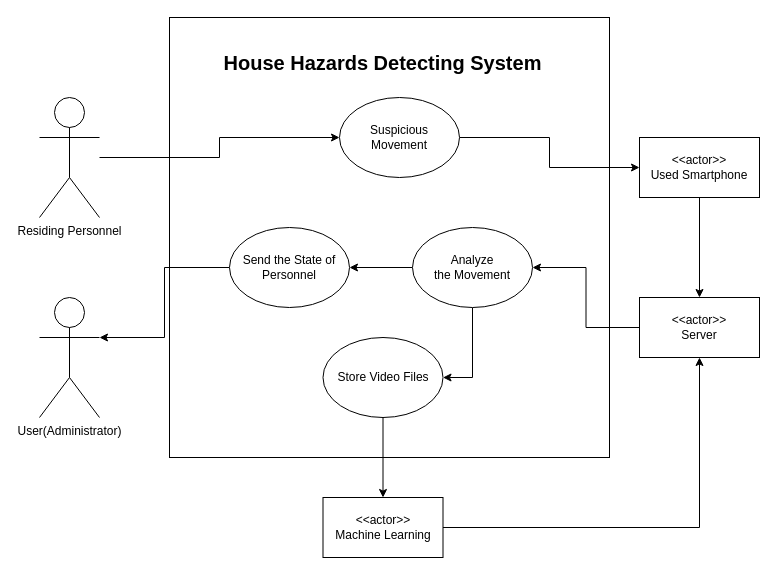
sogongteam14/doc keeps this draw.io diagram as Sogongteam14_Use_Case_Diagram.drawio. Above is the earlier version. Source tidied: cells renumbered, new cells numbered last; positions are measured from the earlier drawing's top-left corner, leaving out a move shared by most shapes. Both pictures are drawn from the tidied source at 100%, with x=0, y=0 at pixel (39, 17).
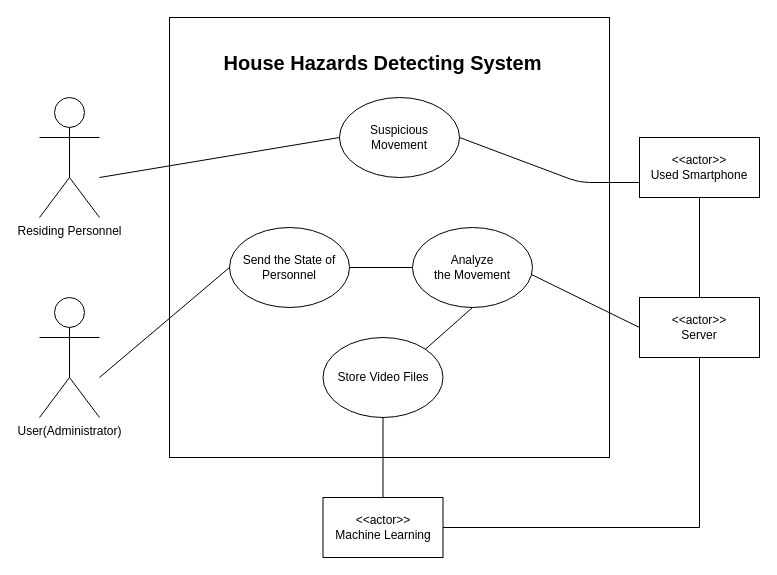
Above is the later version.

Unchanged cells that the change refers to:
```xml
<mxCell id="3" value="User(Administrator)" style="shape=umlActor;verticalLabelPosition=bottom;labelBackgroundColor=#ffffff;verticalAlign=top;html=1;outlineConnect=0;" parent="1" vertex="1">
  <mxGeometry y="280" width="60" height="120" as="geometry" />
</mxCell>
<mxCell id="5" value="Residing Personnel" style="shape=umlActor;verticalLabelPosition=bottom;labelBackgroundColor=#ffffff;verticalAlign=top;html=1;outlineConnect=0;" parent="1" vertex="1">
  <mxGeometry y="80" width="60" height="120" as="geometry" />
</mxCell>
```

What changed in the source:
```diff
@@
-    <mxCell id="4" style="edgeStyle=orthogonalEdgeStyle;rounded=0;jettySize=auto;html=1;" parent="1" edge="1" source="5" target="8">
-      <mxGeometry relative="1" as="geometry" />
-    </mxCell>
@@
+    <mxCell id="8" value="&lt;div&gt;Suspicious &lt;br&gt;&lt;/div&gt;&lt;div&gt;Movement&lt;/div&gt;" style="ellipse;whiteSpace=wrap;html=1;" parent="1" vertex="1">
+      <mxGeometry x="300" y="80" width="120" height="80" as="geometry" />
+    </mxCell>
+    <mxCell id="10" value="&lt;div&gt;&amp;lt;&amp;lt;actor&amp;gt;&amp;gt;&lt;br&gt;&lt;/div&gt;&lt;div&gt;Used Smartphone&lt;/div&gt;" style="rounded=0;whiteSpace=wrap;html=1;" parent="1" vertex="1">
+      <mxGeometry x="600" y="120" width="120" height="60" as="geometry" />
+    </mxCell>
+    <mxCell id="12" value="&lt;div&gt;&amp;lt;&amp;lt;actor&amp;gt;&amp;gt;&lt;/div&gt;&lt;div&gt;Server&lt;br&gt;&lt;/div&gt;" style="rounded=0;whiteSpace=wrap;html=1;" parent="1" vertex="1">
+      <mxGeometry x="600" y="280" width="120" height="60" as="geometry" />
+    </mxCell>
+    <mxCell id="14" value="Send the State of Personnel" style="ellipse;whiteSpace=wrap;html=1;" parent="1" vertex="1">
+      <mxGeometry x="190" y="210" width="120" height="80" as="geometry" />
+    </mxCell>
+    <mxCell id="16" value="Store Video Files" style="ellipse;whiteSpace=wrap;html=1;" parent="1" vertex="1">
+      <mxGeometry x="283.5" y="320" width="120" height="80" as="geometry" />
+    </mxCell>
+    <mxCell id="19" value="&lt;div&gt;Analyze &lt;br&gt;&lt;/div&gt;&lt;div&gt;the Movement&lt;/div&gt;" style="ellipse;whiteSpace=wrap;html=1;" parent="1" vertex="1">
+      <mxGeometry x="373" y="210" width="120" height="80" as="geometry" />
+    </mxCell>
+    <mxCell id="21" value="&lt;div&gt;&amp;lt;&amp;lt;actor&amp;gt;&amp;gt;&lt;/div&gt;&lt;div&gt;Machine Learning&lt;br&gt;&lt;/div&gt;" style="rounded=0;whiteSpace=wrap;html=1;" parent="1" vertex="1">
+      <mxGeometry x="283.5" y="480" width="120" height="60" as="geometry" />
+    </mxCell>
+    <mxCell id="22" style="endArrow=none;html=1;entryX=0;entryY=0.5;entryDx=0;entryDy=0;" parent="1" edge="1" target="8">
+      <mxGeometry relative="1" as="geometry">
+        <mxPoint x="60" y="160" as="sourcePoint" />
+      </mxGeometry>
+    </mxCell>
-    <mxCell id="7" style="edgeStyle=orthogonalEdgeStyle;rounded=0;jettySize=auto;html=1;exitX=1;exitY=0.5;exitDx=0;exitDy=0;" parent="1" edge="1" source="8" target="10">
-      <mxGeometry relative="1" as="geometry" />
+    <mxCell id="7" style="endArrow=none;html=1;exitX=1;exitY=0.5;exitDx=0;exitDy=0;entryX=0;entryY=0.75;entryDx=0;entryDy=0;" parent="1" edge="1" source="8" target="10">
+      <mxGeometry relative="1" as="geometry">
+        <Array as="points">
+          <mxPoint x="540" y="165" />
+        </Array>
+      </mxGeometry>
     </mxCell>
-    <mxCell id="8" value="&lt;div&gt;Suspicious &lt;br&gt;&lt;/div&gt;&lt;div&gt;Movement&lt;/div&gt;" style="ellipse;whiteSpace=wrap;html=1;" parent="1" vertex="1">
-      <mxGeometry x="300" y="80" width="120" height="80" as="geometry" />
-    </mxCell>
-    <mxCell id="9" style="edgeStyle=orthogonalEdgeStyle;rounded=0;jettySize=auto;html=1;exitX=0.5;exitY=1;exitDx=0;exitDy=0;entryX=0.5;entryY=0;entryDx=0;entryDy=0;" parent="1" edge="1" source="10" target="12">
-      <mxGeometry relative="1" as="geometry" />
-    </mxCell>
-    <mxCell id="10" value="&lt;div&gt;&amp;lt;&amp;lt;actor&amp;gt;&amp;gt;&lt;br&gt;&lt;/div&gt;&lt;div&gt;Used Smartphone&lt;/div&gt;" style="rounded=0;whiteSpace=wrap;html=1;" parent="1" vertex="1">
-      <mxGeometry x="600" y="120" width="120" height="60" as="geometry" />
-    </mxCell>
-    <mxCell id="11" style="edgeStyle=orthogonalEdgeStyle;rounded=0;jettySize=auto;html=1;exitX=0;exitY=0.5;exitDx=0;exitDy=0;entryX=1;entryY=0.5;entryDx=0;entryDy=0;" parent="1" edge="1" source="12" target="19">
-      <mxGeometry relative="1" as="geometry" />
-    </mxCell>
-    <mxCell id="12" value="&lt;div&gt;&amp;lt;&amp;lt;actor&amp;gt;&amp;gt;&lt;/div&gt;&lt;div&gt;Server&lt;br&gt;&lt;/div&gt;" style="rounded=0;whiteSpace=wrap;html=1;" parent="1" vertex="1">
-      <mxGeometry x="600" y="280" width="120" height="60" as="geometry" />
-    </mxCell>
-    <mxCell id="13" style="edgeStyle=orthogonalEdgeStyle;rounded=0;jettySize=auto;html=1;exitX=0;exitY=0.5;exitDx=0;exitDy=0;entryX=1;entryY=0.3333333333333333;entryDx=0;entryDy=0;entryPerimeter=0;" parent="1" edge="1" source="14" target="3">
-      <mxGeometry relative="1" as="geometry" />
-    </mxCell>
-    <mxCell id="14" value="Send the State of Personnel" style="ellipse;whiteSpace=wrap;html=1;" parent="1" vertex="1">
-      <mxGeometry x="190" y="210" width="120" height="80" as="geometry" />
-    </mxCell>
+    <mxCell id="23" style="endArrow=none;html=1;entryX=0.5;entryY=1;entryDx=0;entryDy=0;exitX=0.5;exitY=0;exitDx=0;exitDy=0;" parent="1" edge="1" source="12" target="10">
+      <mxGeometry relative="1" as="geometry" />
+    </mxCell>
+    <mxCell id="24" style="endArrow=none;html=1;entryX=0;entryY=0.5;entryDx=0;entryDy=0;exitX=0.992;exitY=0.588;exitDx=0;exitDy=0;exitPerimeter=0;" parent="1" edge="1" source="19" target="12">
+      <mxGeometry relative="1" as="geometry" />
+    </mxCell>
+    <mxCell id="25" style="endArrow=none;html=1;entryX=0;entryY=0.5;entryDx=0;entryDy=0;exitX=1;exitY=0.5;exitDx=0;exitDy=0;" parent="1" edge="1" source="14" target="19">
+      <mxGeometry relative="1" as="geometry" />
+    </mxCell>
+    <mxCell id="26" style="endArrow=none;html=1;entryX=0;entryY=0.5;entryDx=0;entryDy=0;" parent="1" edge="1" target="14">
+      <mxGeometry relative="1" as="geometry">
+        <mxPoint x="60" y="360" as="sourcePoint" />
+      </mxGeometry>
+    </mxCell>
-    <mxCell id="15" style="edgeStyle=orthogonalEdgeStyle;rounded=0;jettySize=auto;html=1;exitX=0.5;exitY=1;exitDx=0;exitDy=0;entryX=0.5;entryY=0;entryDx=0;entryDy=0;" parent="1" edge="1" source="16" target="21">
+    <mxCell id="15" style="endArrow=none;html=1;entryX=0.5;entryY=0;entryDx=0;entryDy=0;exitX=0.5;exitY=1;exitDx=0;exitDy=0;" parent="1" edge="1" source="16" target="21">
       <mxGeometry relative="1" as="geometry" />
     </mxCell>
-    <mxCell id="16" value="Store Video Files" style="ellipse;whiteSpace=wrap;html=1;" parent="1" vertex="1">
-      <mxGeometry x="283.5" y="320" width="120" height="80" as="geometry" />
-    </mxCell>
-    <mxCell id="17" style="edgeStyle=orthogonalEdgeStyle;rounded=0;jettySize=auto;html=1;exitX=0.5;exitY=1;exitDx=0;exitDy=0;entryX=1;entryY=0.5;entryDx=0;entryDy=0;" parent="1" edge="1" source="19" target="16">
-      <mxGeometry relative="1" as="geometry" />
-    </mxCell>
-    <mxCell id="18" style="edgeStyle=orthogonalEdgeStyle;rounded=0;jettySize=auto;html=1;exitX=0;exitY=0.5;exitDx=0;exitDy=0;entryX=1;entryY=0.5;entryDx=0;entryDy=0;" parent="1" edge="1" source="19" target="14">
-      <mxGeometry relative="1" as="geometry" />
-    </mxCell>
-    <mxCell id="19" value="&lt;div&gt;Analyze &lt;br&gt;&lt;/div&gt;&lt;div&gt;the Movement&lt;/div&gt;" style="ellipse;whiteSpace=wrap;html=1;" parent="1" vertex="1">
-      <mxGeometry x="373" y="210" width="120" height="80" as="geometry" />
-    </mxCell>
-    <mxCell id="20" style="edgeStyle=orthogonalEdgeStyle;rounded=0;jettySize=auto;html=1;exitX=1;exitY=0.5;exitDx=0;exitDy=0;entryX=0.5;entryY=1;entryDx=0;entryDy=0;" parent="1" edge="1" source="21" target="12">
-      <mxGeometry relative="1" as="geometry" />
-    </mxCell>
-    <mxCell id="21" value="&lt;div&gt;&amp;lt;&amp;lt;actor&amp;gt;&amp;gt;&lt;/div&gt;&lt;div&gt;Machine Learning&lt;br&gt;&lt;/div&gt;" style="rounded=0;whiteSpace=wrap;html=1;" parent="1" vertex="1">
-      <mxGeometry x="283.5" y="480" width="120" height="60" as="geometry" />
-    </mxCell>
+    <mxCell id="27" style="endArrow=none;html=1;entryX=0.5;entryY=1;entryDx=0;entryDy=0;exitX=1;exitY=0;exitDx=0;exitDy=0;" parent="1" edge="1" source="16" target="19">
+      <mxGeometry relative="1" as="geometry" />
+    </mxCell>
+    <mxCell id="28" style="endArrow=none;html=1;exitX=1;exitY=0.5;exitDx=0;exitDy=0;" parent="1" edge="1" source="21">
+      <mxGeometry relative="1" as="geometry">
+        <mxPoint x="660" y="510" as="targetPoint" />
+      </mxGeometry>
+    </mxCell>
+    <mxCell id="29" style="endArrow=none;html=1;entryX=0.5;entryY=1;entryDx=0;entryDy=0;" parent="1" edge="1" target="12">
+      <mxGeometry relative="1" as="geometry">
+        <mxPoint x="660" y="510" as="sourcePoint" />
+      </mxGeometry>
+    </mxCell>
```
